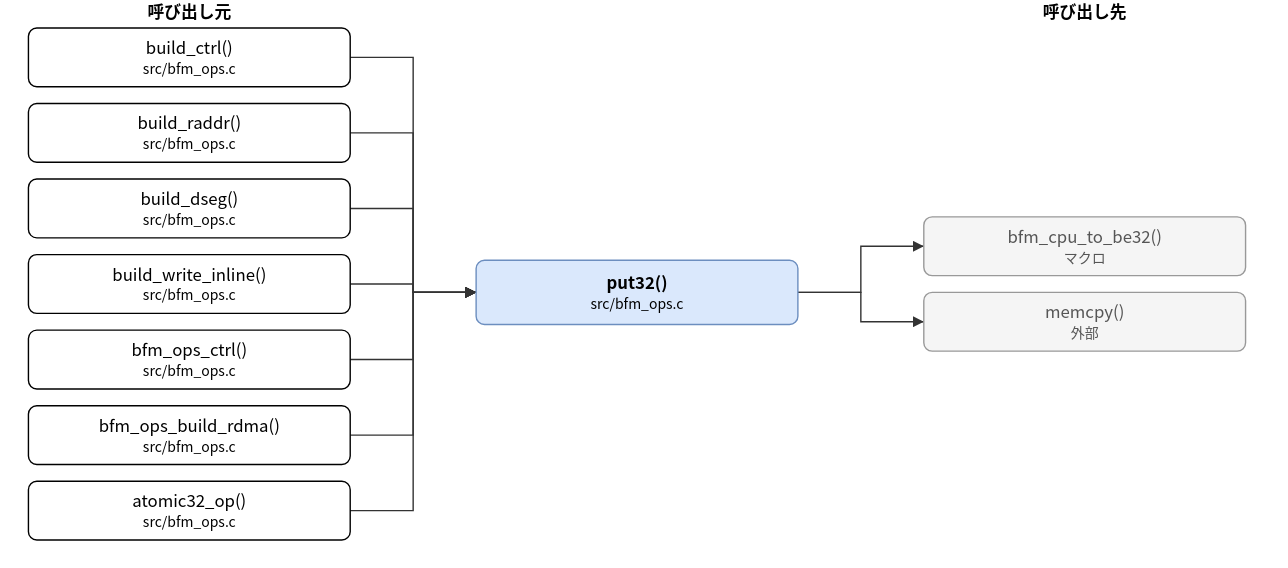
The draw.io diagram doc/spec/images/call_src_bfm_ops-put32.drawio.svg in hf355051012-ai/bfmem, before a commit. Source tidied: cells renumbered, new cells last; positions are measured from the earlier drawing's top-left corner, leaving out a move shared by most shapes. The source it was exported from:
```xml
<mxGraphModel>
  <root>
    <mxCell id="0" />
    <mxCell id="1" parent="0" />
    <mxCell id="2" value="put32()&lt;br&gt;&lt;font style=&quot;font-size:10px&quot;&gt;src/bfm_ops.c&lt;/font&gt;" style="rounded=1;whiteSpace=wrap;html=1;fillColor=#dae8fc;strokeColor=#6c8ebf;fontStyle=1;" parent="1" vertex="1">
      <mxGeometry x="320" y="186" width="230" height="46" as="geometry" />
    </mxCell>
    <mxCell id="3" value="build_ctrl()&lt;br&gt;&lt;font style=&quot;font-size:10px&quot;&gt;src/bfm_ops.c&lt;/font&gt;" style="rounded=1;whiteSpace=wrap;html=1;" parent="1" vertex="1">
      <mxGeometry y="20" width="230" height="42" as="geometry" />
    </mxCell>
    <mxCell id="4" value="build_raddr()&lt;br&gt;&lt;font style=&quot;font-size:10px&quot;&gt;src/bfm_ops.c&lt;/font&gt;" style="rounded=1;whiteSpace=wrap;html=1;" parent="1" vertex="1">
      <mxGeometry y="74" width="230" height="42" as="geometry" />
    </mxCell>
    <mxCell id="5" value="build_dseg()&lt;br&gt;&lt;font style=&quot;font-size:10px&quot;&gt;src/bfm_ops.c&lt;/font&gt;" style="rounded=1;whiteSpace=wrap;html=1;" parent="1" vertex="1">
      <mxGeometry y="128" width="230" height="42" as="geometry" />
    </mxCell>
    <mxCell id="6" value="build_write_inline()&lt;br&gt;&lt;font style=&quot;font-size:10px&quot;&gt;src/bfm_ops.c&lt;/font&gt;" style="rounded=1;whiteSpace=wrap;html=1;" parent="1" vertex="1">
      <mxGeometry y="182" width="230" height="42" as="geometry" />
    </mxCell>
    <mxCell id="7" value="bfm_ops_ctrl()&lt;br&gt;&lt;font style=&quot;font-size:10px&quot;&gt;src/bfm_ops.c&lt;/font&gt;" style="rounded=1;whiteSpace=wrap;html=1;" parent="1" vertex="1">
      <mxGeometry y="236" width="230" height="42" as="geometry" />
    </mxCell>
    <mxCell id="8" value="bfm_ops_build_rdma()&lt;br&gt;&lt;font style=&quot;font-size:10px&quot;&gt;src/bfm_ops.c&lt;/font&gt;" style="rounded=1;whiteSpace=wrap;html=1;" parent="1" vertex="1">
      <mxGeometry y="290" width="230" height="42" as="geometry" />
    </mxCell>
    <mxCell id="9" value="atomic32_op()&lt;br&gt;&lt;font style=&quot;font-size:10px&quot;&gt;src/bfm_ops.c&lt;/font&gt;" style="rounded=1;whiteSpace=wrap;html=1;" parent="1" vertex="1">
      <mxGeometry y="344" width="230" height="42" as="geometry" />
    </mxCell>
    <mxCell id="10" value="bfm_cpu_to_be32()&lt;br&gt;&lt;font style=&quot;font-size:10px&quot;&gt;マクロ&lt;/font&gt;" style="rounded=1;whiteSpace=wrap;html=1;fillColor=#f5f5f5;strokeColor=#999999;fontColor=#555555;" parent="1" vertex="1">
      <mxGeometry x="640" y="155" width="230" height="42" as="geometry" />
    </mxCell>
    <mxCell id="11" value="memcpy()&lt;br&gt;&lt;font style=&quot;font-size:10px&quot;&gt;外部&lt;/font&gt;" style="rounded=1;whiteSpace=wrap;html=1;fillColor=#f5f5f5;strokeColor=#999999;fontColor=#555555;" parent="1" vertex="1">
      <mxGeometry x="640" y="209" width="230" height="42" as="geometry" />
    </mxCell>
    <mxCell id="12" style="edgeStyle=none;html=1;rounded=0;endArrow=block;endFill=1;exitX=1.0000;exitY=0.5000;exitDx=0;exitDy=0;exitPerimeter=0;entryX=0.0000;entryY=0.5000;entryDx=0;entryDy=0;entryPerimeter=0;" parent="1" edge="1" source="3" target="2">
      <mxGeometry relative="1" as="geometry">
        <Array as="points">
          <mxPoint x="275" y="41" />
          <mxPoint x="275" y="209" />
        </Array>
      </mxGeometry>
    </mxCell>
    <mxCell id="13" style="edgeStyle=none;html=1;rounded=0;endArrow=block;endFill=1;exitX=1.0000;exitY=0.5000;exitDx=0;exitDy=0;exitPerimeter=0;entryX=0.0000;entryY=0.5000;entryDx=0;entryDy=0;entryPerimeter=0;" parent="1" edge="1" source="4" target="2">
      <mxGeometry relative="1" as="geometry">
        <Array as="points">
          <mxPoint x="275" y="95" />
          <mxPoint x="275" y="209" />
        </Array>
      </mxGeometry>
    </mxCell>
    <mxCell id="14" style="edgeStyle=none;html=1;rounded=0;endArrow=block;endFill=1;exitX=1.0000;exitY=0.5000;exitDx=0;exitDy=0;exitPerimeter=0;entryX=0.0000;entryY=0.5000;entryDx=0;entryDy=0;entryPerimeter=0;" parent="1" edge="1" source="5" target="2">
      <mxGeometry relative="1" as="geometry">
        <Array as="points">
          <mxPoint x="275" y="149" />
          <mxPoint x="275" y="209" />
        </Array>
      </mxGeometry>
    </mxCell>
    <mxCell id="15" style="edgeStyle=none;html=1;rounded=0;endArrow=block;endFill=1;exitX=1.0000;exitY=0.5000;exitDx=0;exitDy=0;exitPerimeter=0;entryX=0.0000;entryY=0.5000;entryDx=0;entryDy=0;entryPerimeter=0;" parent="1" edge="1" source="6" target="2">
      <mxGeometry relative="1" as="geometry">
        <Array as="points">
          <mxPoint x="275" y="203" />
          <mxPoint x="275" y="209" />
        </Array>
      </mxGeometry>
    </mxCell>
    <mxCell id="16" style="edgeStyle=none;html=1;rounded=0;endArrow=block;endFill=1;exitX=1.0000;exitY=0.5000;exitDx=0;exitDy=0;exitPerimeter=0;entryX=0.0000;entryY=0.5000;entryDx=0;entryDy=0;entryPerimeter=0;" parent="1" edge="1" source="7" target="2">
      <mxGeometry relative="1" as="geometry">
        <Array as="points">
          <mxPoint x="275" y="257" />
          <mxPoint x="275" y="209" />
        </Array>
      </mxGeometry>
    </mxCell>
    <mxCell id="17" style="edgeStyle=none;html=1;rounded=0;endArrow=block;endFill=1;exitX=1.0000;exitY=0.5000;exitDx=0;exitDy=0;exitPerimeter=0;entryX=0.0000;entryY=0.5000;entryDx=0;entryDy=0;entryPerimeter=0;" parent="1" edge="1" source="8" target="2">
      <mxGeometry relative="1" as="geometry">
        <Array as="points">
          <mxPoint x="275" y="311" />
          <mxPoint x="275" y="209" />
        </Array>
      </mxGeometry>
    </mxCell>
    <mxCell id="18" style="edgeStyle=none;html=1;rounded=0;endArrow=block;endFill=1;exitX=1.0000;exitY=0.5000;exitDx=0;exitDy=0;exitPerimeter=0;entryX=0.0000;entryY=0.5000;entryDx=0;entryDy=0;entryPerimeter=0;" parent="1" edge="1" source="9" target="2">
      <mxGeometry relative="1" as="geometry">
        <Array as="points">
          <mxPoint x="275" y="365" />
          <mxPoint x="275" y="209" />
        </Array>
      </mxGeometry>
    </mxCell>
    <mxCell id="19" style="edgeStyle=none;html=1;rounded=0;endArrow=block;endFill=1;exitX=1.0000;exitY=0.5000;exitDx=0;exitDy=0;exitPerimeter=0;entryX=0.0000;entryY=0.5000;entryDx=0;entryDy=0;entryPerimeter=0;" parent="1" edge="1" source="2" target="10">
      <mxGeometry relative="1" as="geometry">
        <Array as="points">
          <mxPoint x="595" y="209" />
          <mxPoint x="595" y="176" />
        </Array>
      </mxGeometry>
    </mxCell>
    <mxCell id="20" style="edgeStyle=none;html=1;rounded=0;endArrow=block;endFill=1;exitX=1.0000;exitY=0.5000;exitDx=0;exitDy=0;exitPerimeter=0;entryX=0.0000;entryY=0.5000;entryDx=0;entryDy=0;entryPerimeter=0;" parent="1" edge="1" source="2" target="11">
      <mxGeometry relative="1" as="geometry">
        <Array as="points">
          <mxPoint x="595" y="209" />
          <mxPoint x="595" y="230" />
        </Array>
      </mxGeometry>
    </mxCell>
    <mxCell id="21" value="呼び出し元" style="text;html=1;align=center;fontStyle=1;" parent="1" vertex="1">
      <mxGeometry x="35" width="160" height="18" as="geometry" />
    </mxCell>
    <mxCell id="22" value="呼び出し先" style="text;html=1;align=center;fontStyle=1;" parent="1" vertex="1">
      <mxGeometry x="675" width="160" height="18" as="geometry" />
    </mxCell>
  </root>
</mxGraphModel>
```
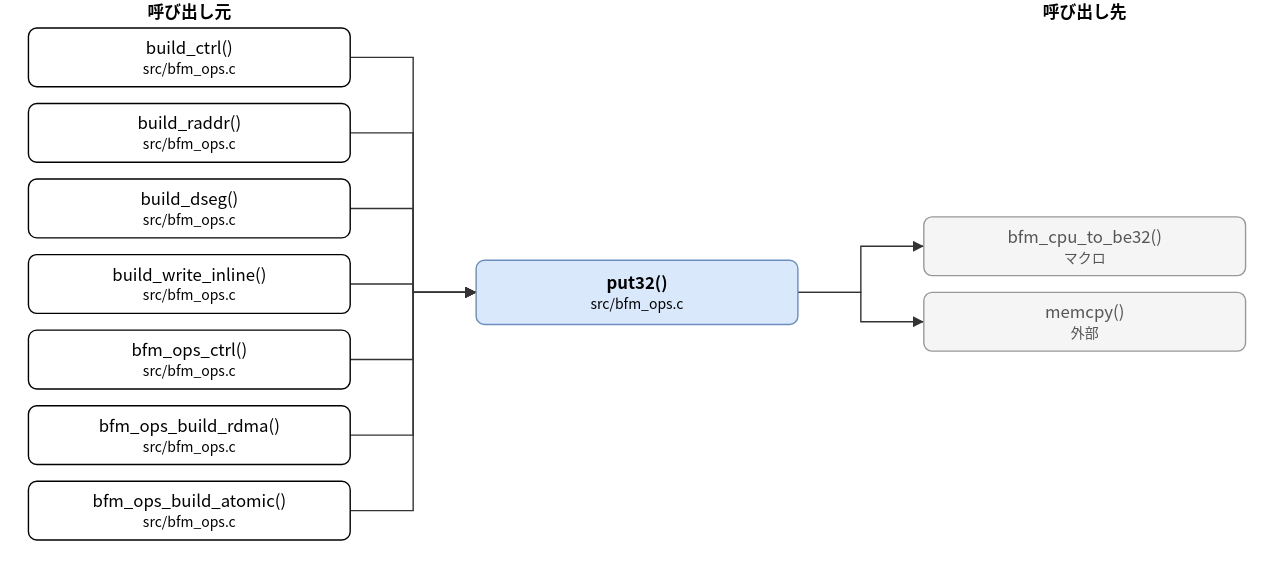
The same diagram one commit later.

Change to the diagram source:
```diff
@@ -23,7 +23,7 @@
     <mxCell id="8" value="bfm_ops_build_rdma()&lt;br&gt;&lt;font style=&quot;font-size:10px&quot;&gt;src/bfm_ops.c&lt;/font&gt;" style="rounded=1;whiteSpace=wrap;html=1;" parent="1" vertex="1">
       <mxGeometry y="290" width="230" height="42" as="geometry" />
     </mxCell>
-    <mxCell id="9" value="atomic32_op()&lt;br&gt;&lt;font style=&quot;font-size:10px&quot;&gt;src/bfm_ops.c&lt;/font&gt;" style="rounded=1;whiteSpace=wrap;html=1;" parent="1" vertex="1">
+    <mxCell id="9" value="bfm_ops_build_atomic()&lt;br&gt;&lt;font style=&quot;font-size:10px&quot;&gt;src/bfm_ops.c&lt;/font&gt;" style="rounded=1;whiteSpace=wrap;html=1;" parent="1" vertex="1">
       <mxGeometry y="344" width="230" height="42" as="geometry" />
     </mxCell>
     <mxCell id="10" value="bfm_cpu_to_be32()&lt;br&gt;&lt;font style=&quot;font-size:10px&quot;&gt;マクロ&lt;/font&gt;" style="rounded=1;whiteSpace=wrap;html=1;fillColor=#f5f5f5;strokeColor=#999999;fontColor=#555555;" parent="1" vertex="1">
```
